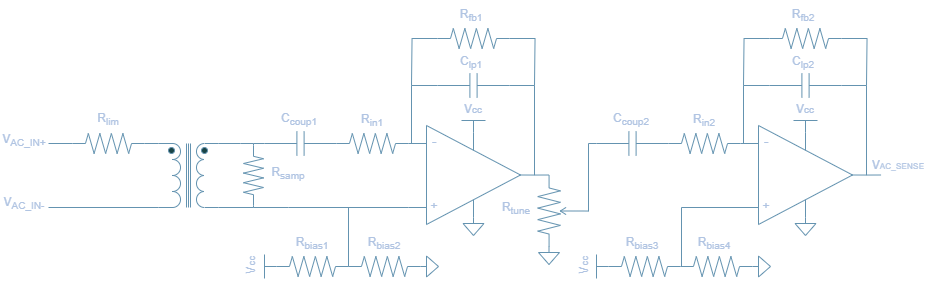
bcarrillo1051/Atinverter keeps this draw.io diagram as docs/_site/images/AC_voltage_sensing_network.png. Above is the earlier version. Source tidied: cells renumbered, new cells last; positions are measured from the earlier drawing's top-left corner, leaving out a move shared by most shapes.
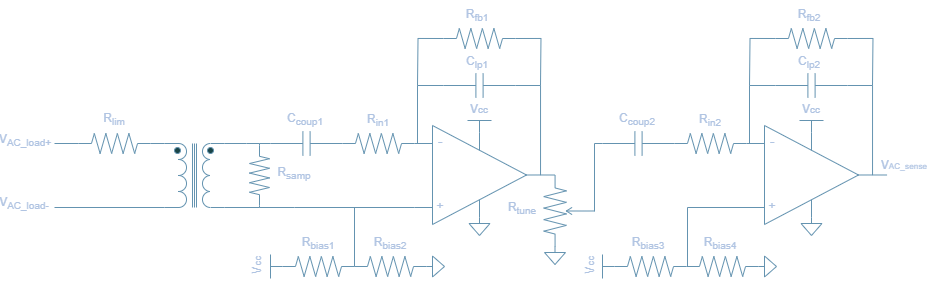
Later version of the same file.

The edit, as a diff of the source:
```diff
@@ -64,11 +64,11 @@
     <mxCell id="17" style="edgeStyle=orthogonalEdgeStyle;rounded=0;jettySize=auto;html=1;exitX=1;exitY=0;exitDx=0;exitDy=0;exitPerimeter=0;strokeColor=#457B9D;fontColor=#1D3557;fillColor=#A8DADC;endArrow=none;startFill=0;entryX=1;entryY=0.5;entryDx=0;entryDy=0;entryPerimeter=0;" parent="1" edge="1" source="10" target="16">
       <mxGeometry relative="1" as="geometry" />
     </mxCell>
-    <mxCell id="18" value="V&lt;sub&gt;AC_IN-&lt;/sub&gt;" style="text;html=1;align=center;verticalAlign=middle;whiteSpace=wrap;rounded=0;labelBackgroundColor=none;fontColor=#1D3557;" parent="1" vertex="1">
-      <mxGeometry y="188" width="48" height="30" as="geometry" />
+    <mxCell id="18" value="V&lt;sub&gt;AC_load-&lt;/sub&gt;" style="text;html=1;align=center;verticalAlign=middle;whiteSpace=wrap;rounded=0;labelBackgroundColor=none;fontColor=#1D3557;" parent="1" vertex="1">
+      <mxGeometry x="-6" y="188" width="48" height="30" as="geometry" />
     </mxCell>
-    <mxCell id="19" value="V&lt;sub&gt;AC_IN+&lt;/sub&gt;" style="text;html=1;align=center;verticalAlign=middle;whiteSpace=wrap;rounded=0;labelBackgroundColor=none;fontColor=#1D3557;" parent="1" vertex="1">
-      <mxGeometry y="125" width="48" height="30" as="geometry" />
+    <mxCell id="19" value="V&lt;sub&gt;AC_load+&lt;/sub&gt;" style="text;html=1;align=center;verticalAlign=middle;whiteSpace=wrap;rounded=0;labelBackgroundColor=none;fontColor=#1D3557;" parent="1" vertex="1">
+      <mxGeometry x="-5" y="125" width="48" height="30" as="geometry" />
     </mxCell>
     <mxCell id="20" style="edgeStyle=orthogonalEdgeStyle;rounded=0;orthogonalLoop=1;jettySize=auto;html=1;strokeColor=#457B9D;fontColor=#1D3557;fillColor=#A8DADC;endArrow=none;startFill=0;" parent="1" edge="1">
       <mxGeometry relative="1" as="geometry">
@@ -306,7 +306,7 @@
         </Array>
       </mxGeometry>
     </mxCell>
-    <mxCell id="74" value="V&lt;span style=&quot;font-size: 8.33333px;&quot;&gt;AC_SENSE&lt;/span&gt;" style="text;html=1;align=center;verticalAlign=middle;whiteSpace=wrap;rounded=0;fontColor=#1D3557;rotation=0;" parent="1" vertex="1">
+    <mxCell id="74" value="V&lt;span style=&quot;font-size: 8.33333px;&quot;&gt;AC_sense&lt;/span&gt;" style="text;html=1;align=center;verticalAlign=middle;whiteSpace=wrap;rounded=0;fontColor=#1D3557;rotation=0;" parent="1" vertex="1">
       <mxGeometry x="868" y="150" width="60" height="30" as="geometry" />
     </mxCell>
     <mxCell id="75" value="R&lt;sub&gt;lim&lt;/sub&gt;" style="text;html=1;align=center;verticalAlign=middle;whiteSpace=wrap;rounded=0;labelBackgroundColor=none;fontColor=#1D3557;" parent="1" vertex="1">
```
